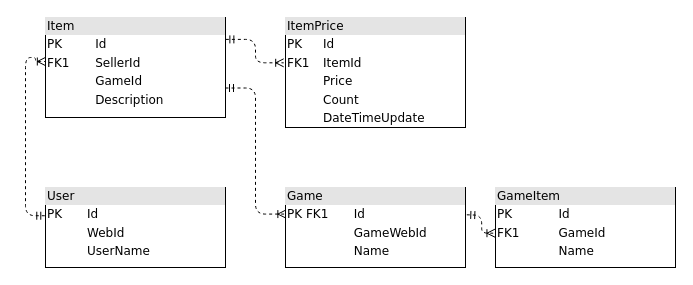
Earlier version of the draw.io diagram Web.Html.Parser.App/schema.drawio (highzor/html-parser-app). Source tidied: cells renumbered, new cells numbered last; positions are measured from the earlier drawing's top-left corner, leaving out a move shared by most shapes. Both pictures are drawn from the tidied source at 100%, with x=0, y=0 at pixel (25, 17).
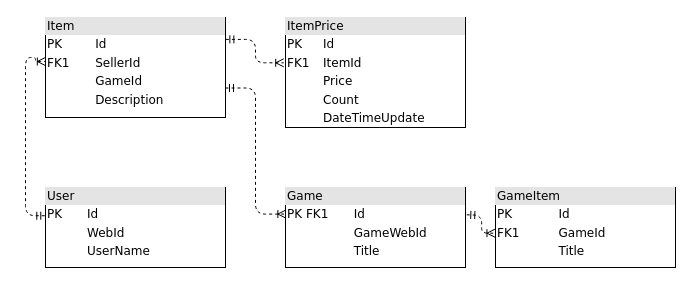
After the change.

Diff of the diagram source:
```diff
@@
 <mxGraphModel>
   <root>
     <mxCell id="0" />
     <mxCell id="1" parent="0" />
     <mxCell id="2" style="edgeStyle=orthogonalEdgeStyle;html=1;dashed=1;labelBackgroundColor=none;startArrow=ERmandOne;endArrow=ERoneToMany;fontFamily=Verdana;fontSize=12;align=left;exitX=-0.004;exitY=0.353;exitDx=0;exitDy=0;exitPerimeter=0;entryX=-0.001;entryY=0.44;entryDx=0;entryDy=0;entryPerimeter=0;" parent="1" edge="1" source="3" target="4">
       <mxGeometry relative="1" as="geometry">
         <Array as="points">
           <mxPoint y="198" />
           <mxPoint y="40" />
           <mxPoint x="10" y="40" />
           <mxPoint x="10" y="44" />
         </Array>
       </mxGeometry>
     </mxCell>
     <mxCell id="3" value="&lt;div style=&quot;box-sizing: border-box ; width: 100% ; background: #e4e4e4 ; padding: 2px&quot;&gt;User&lt;/div&gt;&lt;table style=&quot;width: 100% ; font-size: 1em&quot; cellpadding=&quot;2&quot; cellspacing=&quot;0&quot;&gt;&lt;tbody&gt;&lt;tr&gt;&lt;td&gt;PK&lt;/td&gt;&lt;td&gt;Id&lt;/td&gt;&lt;/tr&gt;&lt;tr&gt;&lt;td&gt;&lt;br&gt;&lt;/td&gt;&lt;td&gt;WebId&lt;/td&gt;&lt;/tr&gt;&lt;tr&gt;&lt;td&gt;&lt;/td&gt;&lt;td&gt;UserName&lt;/td&gt;&lt;/tr&gt;&lt;/tbody&gt;&lt;/table&gt;" style="verticalAlign=top;align=left;overflow=fill;html=1;rounded=0;shadow=0;comic=0;labelBackgroundColor=none;strokeWidth=1;fontFamily=Verdana;fontSize=12;" parent="1" vertex="1">
       <mxGeometry x="20" y="170" width="180" height="80" as="geometry" />
     </mxCell>
     <mxCell id="4" value="&lt;div style=&quot;box-sizing:border-box;width:100%;background:#e4e4e4;padding:2px;&quot;&gt;Item&lt;/div&gt;&lt;table style=&quot;width:100%;font-size:1em;&quot; cellpadding=&quot;2&quot; cellspacing=&quot;0&quot;&gt;&lt;tbody&gt;&lt;tr&gt;&lt;td&gt;PK&lt;/td&gt;&lt;td&gt;Id&lt;/td&gt;&lt;/tr&gt;&lt;tr&gt;&lt;td&gt;FK1&lt;br&gt;&lt;/td&gt;&lt;td&gt;SellerId&lt;/td&gt;&lt;/tr&gt;&lt;tr&gt;&lt;td&gt;&lt;br&gt;&lt;/td&gt;&lt;td&gt;GameId&lt;/td&gt;&lt;/tr&gt;&lt;tr&gt;&lt;td&gt;&lt;br&gt;&lt;/td&gt;&lt;td&gt;Description&lt;br&gt;&lt;/td&gt;&lt;/tr&gt;&lt;tr&gt;&lt;td&gt;&lt;br&gt;&lt;/td&gt;&lt;td&gt;&lt;br&gt;&lt;/td&gt;&lt;/tr&gt;&lt;/tbody&gt;&lt;/table&gt;" style="verticalAlign=top;align=left;overflow=fill;html=1;rounded=0;shadow=0;comic=0;labelBackgroundColor=none;strokeWidth=1;fontFamily=Verdana;fontSize=12;" parent="1" vertex="1">
       <mxGeometry x="20" width="180" height="100" as="geometry" />
     </mxCell>
     <mxCell id="5" value="&lt;div style=&quot;box-sizing:border-box;width:100%;background:#e4e4e4;padding:2px;&quot;&gt;ItemPrice&lt;/div&gt;&lt;table style=&quot;width:100%;font-size:1em;&quot; cellpadding=&quot;2&quot; cellspacing=&quot;0&quot;&gt;&lt;tbody&gt;&lt;tr&gt;&lt;td&gt;PK&lt;/td&gt;&lt;td&gt;Id&lt;/td&gt;&lt;/tr&gt;&lt;tr&gt;&lt;td&gt;FK1&lt;/td&gt;&lt;td&gt;ItemId&lt;/td&gt;&lt;/tr&gt;&lt;tr&gt;&lt;td&gt;&lt;br&gt;&lt;/td&gt;&lt;td&gt;Price&lt;/td&gt;&lt;/tr&gt;&lt;tr&gt;&lt;td&gt;&lt;br&gt;&lt;/td&gt;&lt;td&gt;Count&lt;br&gt;&lt;/td&gt;&lt;/tr&gt;&lt;tr&gt;&lt;td&gt;&lt;br&gt;&lt;/td&gt;&lt;td&gt;DateTimeUpdate&lt;br&gt;&lt;/td&gt;&lt;/tr&gt;&lt;/tbody&gt;&lt;/table&gt;" style="verticalAlign=top;align=left;overflow=fill;html=1;rounded=0;shadow=0;comic=0;labelBackgroundColor=none;strokeWidth=1;fontFamily=Verdana;fontSize=12;" parent="1" vertex="1">
       <mxGeometry x="260" width="180" height="110" as="geometry" />
     </mxCell>
     <mxCell id="6" style="edgeStyle=orthogonalEdgeStyle;html=1;dashed=1;labelBackgroundColor=none;startArrow=ERmandOne;endArrow=ERoneToMany;fontFamily=Verdana;fontSize=12;align=left;exitX=1.002;exitY=0.219;exitDx=0;exitDy=0;entryX=-0.01;entryY=0.412;entryDx=0;entryDy=0;entryPerimeter=0;exitPerimeter=0;" parent="1" edge="1" source="4" target="5">
       <mxGeometry x="0.49" y="-187" relative="1" as="geometry">
         <mxPoint x="-27" y="98" as="offset" />
       </mxGeometry>
     </mxCell>
-    <mxCell id="7" value="&lt;div style=&quot;box-sizing:border-box;width:100%;background:#e4e4e4;padding:2px;&quot;&gt;Game&lt;/div&gt;&lt;table style=&quot;width:100%;font-size:1em;&quot; cellpadding=&quot;2&quot; cellspacing=&quot;0&quot;&gt;&lt;tbody&gt;&lt;tr&gt;&lt;td&gt;PK FK1&lt;/td&gt;&lt;td&gt;Id&lt;/td&gt;&lt;/tr&gt;&lt;tr&gt;&lt;td&gt;&lt;br&gt;&lt;/td&gt;&lt;td&gt;GameWebId&lt;/td&gt;&lt;/tr&gt;&lt;tr&gt;&lt;td&gt;&lt;br&gt;&lt;/td&gt;&lt;td&gt;Name&lt;/td&gt;&lt;/tr&gt;&lt;/tbody&gt;&lt;/table&gt;" style="verticalAlign=top;align=left;overflow=fill;html=1;rounded=0;shadow=0;comic=0;labelBackgroundColor=none;strokeWidth=1;fontFamily=Verdana;fontSize=12;" parent="1" vertex="1">
+    <mxCell id="7" value="&lt;div style=&quot;box-sizing:border-box;width:100%;background:#e4e4e4;padding:2px;&quot;&gt;Game&lt;/div&gt;&lt;table style=&quot;width:100%;font-size:1em;&quot; cellpadding=&quot;2&quot; cellspacing=&quot;0&quot;&gt;&lt;tbody&gt;&lt;tr&gt;&lt;td&gt;PK FK1&lt;/td&gt;&lt;td&gt;Id&lt;/td&gt;&lt;/tr&gt;&lt;tr&gt;&lt;td&gt;&lt;br&gt;&lt;/td&gt;&lt;td&gt;GameWebId&lt;/td&gt;&lt;/tr&gt;&lt;tr&gt;&lt;td&gt;&lt;br&gt;&lt;/td&gt;&lt;td&gt;Title&lt;/td&gt;&lt;/tr&gt;&lt;/tbody&gt;&lt;/table&gt;" style="verticalAlign=top;align=left;overflow=fill;html=1;rounded=0;shadow=0;comic=0;labelBackgroundColor=none;strokeWidth=1;fontFamily=Verdana;fontSize=12;" parent="1" vertex="1">
       <mxGeometry x="260" y="170" width="180" height="80" as="geometry" />
     </mxCell>
     <mxCell id="8" style="edgeStyle=orthogonalEdgeStyle;html=1;dashed=1;labelBackgroundColor=none;startArrow=ERmandOne;endArrow=ERoneToMany;fontFamily=Verdana;fontSize=12;align=left;exitX=1;exitY=0.705;exitDx=0;exitDy=0;entryX=0.002;entryY=0.332;entryDx=0;entryDy=0;entryPerimeter=0;exitPerimeter=0;" parent="1" edge="1" source="4" target="7">
       <mxGeometry x="0.49" y="-187" relative="1" as="geometry">
         <mxPoint x="-27" y="98" as="offset" />
       </mxGeometry>
     </mxCell>
-    <mxCell id="9" value="&lt;div style=&quot;box-sizing:border-box;width:100%;background:#e4e4e4;padding:2px;&quot;&gt;GameItem&lt;/div&gt;&lt;table style=&quot;width:100%;font-size:1em;&quot; cellpadding=&quot;2&quot; cellspacing=&quot;0&quot;&gt;&lt;tbody&gt;&lt;tr&gt;&lt;td&gt;PK&lt;/td&gt;&lt;td&gt;Id&lt;/td&gt;&lt;/tr&gt;&lt;tr&gt;&lt;td&gt;FK1&lt;br&gt;&lt;/td&gt;&lt;td&gt;GameId&lt;/td&gt;&lt;/tr&gt;&lt;tr&gt;&lt;td&gt;&lt;br&gt;&lt;/td&gt;&lt;td&gt;Name&lt;/td&gt;&lt;/tr&gt;&lt;/tbody&gt;&lt;/table&gt;" style="verticalAlign=top;align=left;overflow=fill;html=1;rounded=0;shadow=0;comic=0;labelBackgroundColor=none;strokeWidth=1;fontFamily=Verdana;fontSize=12;" parent="1" vertex="1">
+    <mxCell id="9" value="&lt;div style=&quot;box-sizing:border-box;width:100%;background:#e4e4e4;padding:2px;&quot;&gt;GameItem&lt;/div&gt;&lt;table style=&quot;width:100%;font-size:1em;&quot; cellpadding=&quot;2&quot; cellspacing=&quot;0&quot;&gt;&lt;tbody&gt;&lt;tr&gt;&lt;td&gt;PK&lt;/td&gt;&lt;td&gt;Id&lt;/td&gt;&lt;/tr&gt;&lt;tr&gt;&lt;td&gt;FK1&lt;br&gt;&lt;/td&gt;&lt;td&gt;GameId&lt;/td&gt;&lt;/tr&gt;&lt;tr&gt;&lt;td&gt;&lt;br&gt;&lt;/td&gt;&lt;td&gt;Title&lt;/td&gt;&lt;/tr&gt;&lt;/tbody&gt;&lt;/table&gt;" style="verticalAlign=top;align=left;overflow=fill;html=1;rounded=0;shadow=0;comic=0;labelBackgroundColor=none;strokeWidth=1;fontFamily=Verdana;fontSize=12;" parent="1" vertex="1">
       <mxGeometry x="470" y="170" width="180" height="80" as="geometry" />
     </mxCell>
     <mxCell id="10" style="edgeStyle=orthogonalEdgeStyle;html=1;dashed=1;labelBackgroundColor=none;startArrow=ERmandOne;endArrow=ERoneToMany;fontFamily=Verdana;fontSize=12;align=left;exitX=1.007;exitY=0.316;exitDx=0;exitDy=0;exitPerimeter=0;entryX=-0.003;entryY=0.571;entryDx=0;entryDy=0;entryPerimeter=0;" parent="1" edge="1" target="9">
       <mxGeometry x="0.49" y="-187" relative="1" as="geometry">
         <mxPoint x="441.3" y="197.3" as="sourcePoint" />
         <mxPoint x="-27" y="98" as="offset" />
       </mxGeometry>
     </mxCell>
   </root>
 </mxGraphModel>
```
